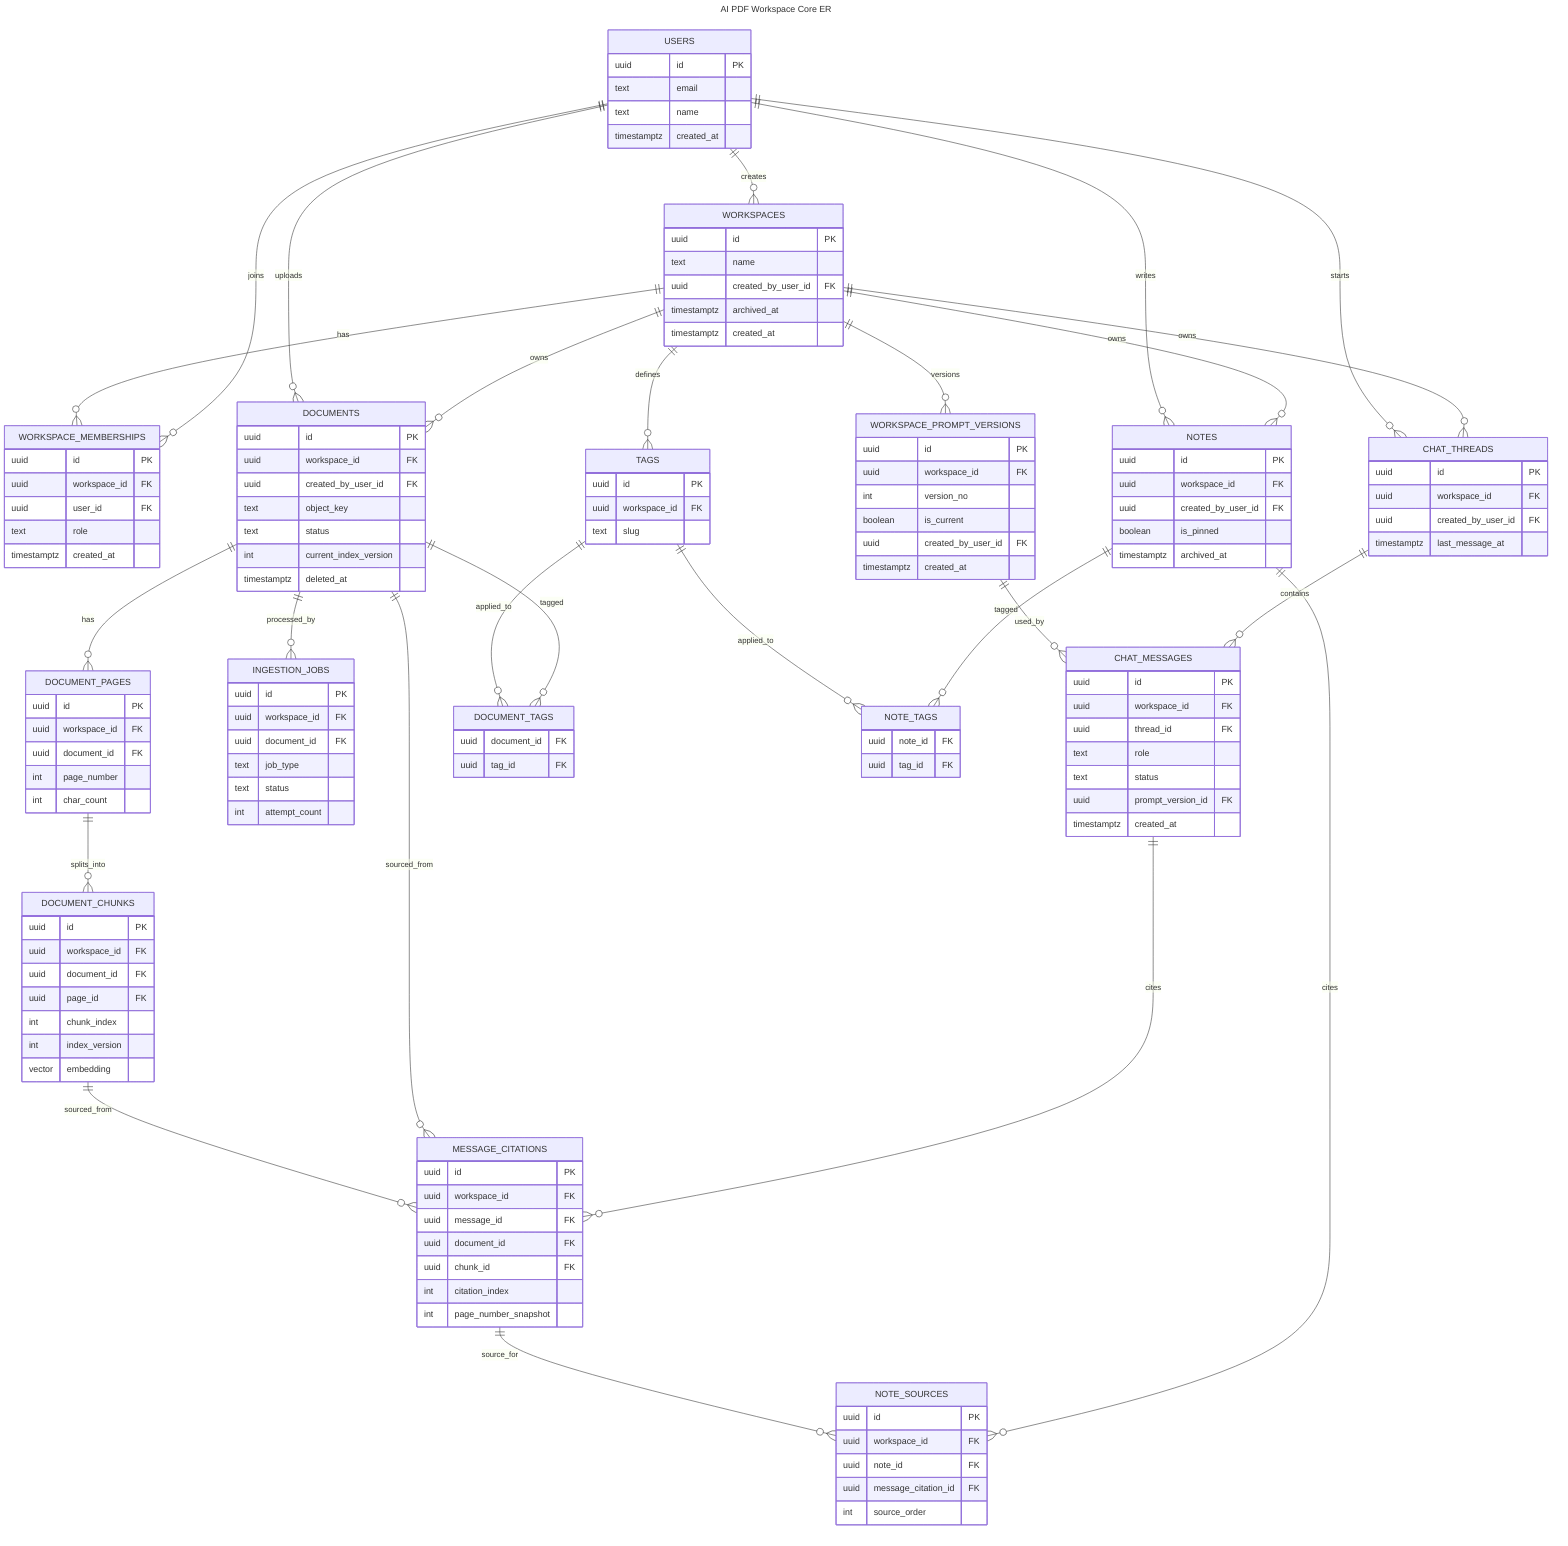
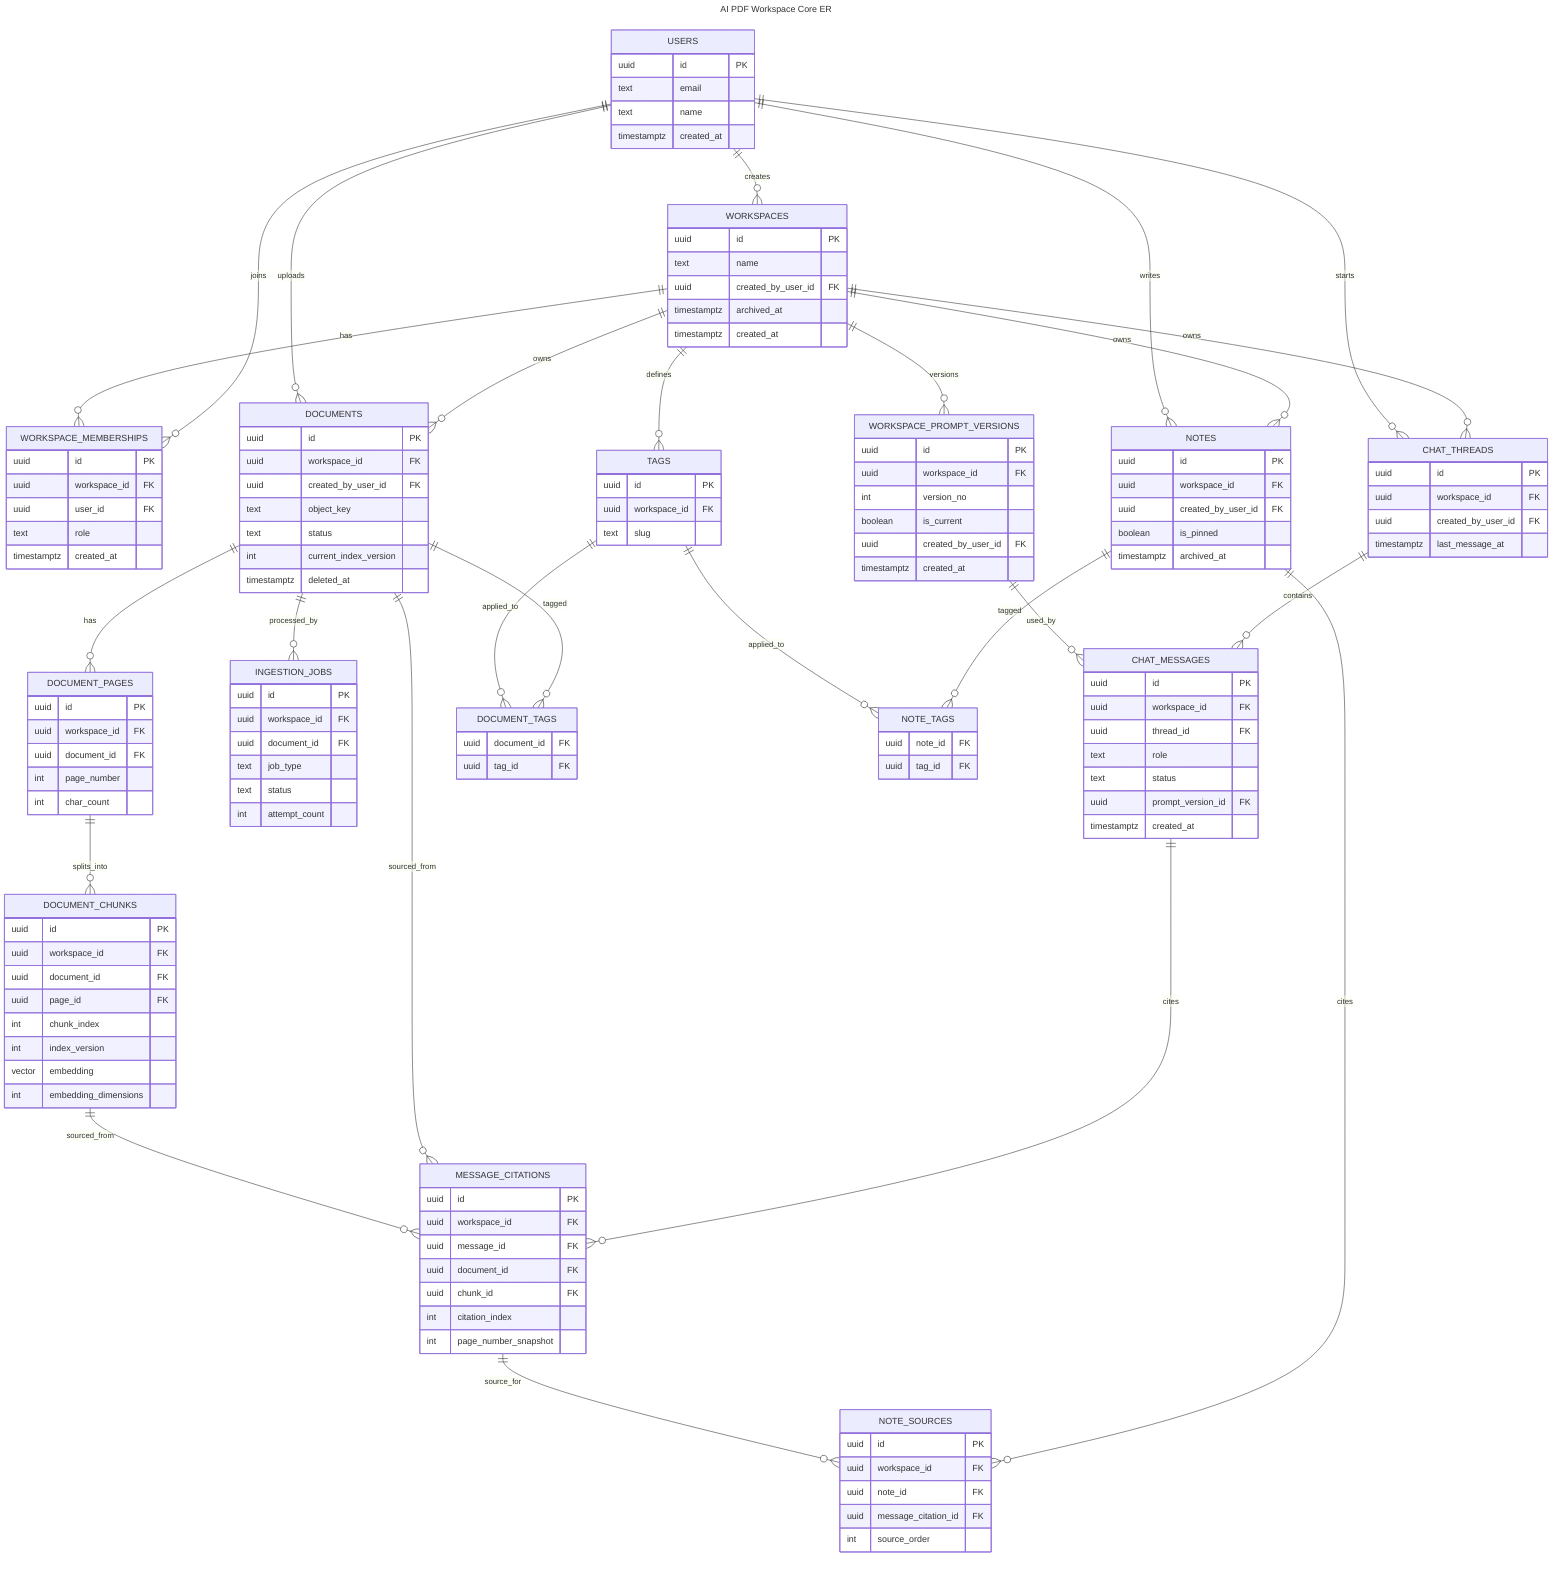
---
title: AI PDF Workspace Core ER
---
erDiagram
    USERS {
        uuid id PK
        text email
        text name
        timestamptz created_at
    }

    WORKSPACES {
        uuid id PK
        text name
        uuid created_by_user_id FK
        timestamptz archived_at
        timestamptz created_at
    }

    WORKSPACE_MEMBERSHIPS {
        uuid id PK
        uuid workspace_id FK
        uuid user_id FK
        text role
        timestamptz created_at
    }

    WORKSPACE_PROMPT_VERSIONS {
        uuid id PK
        uuid workspace_id FK
        int version_no
        boolean is_current
        uuid created_by_user_id FK
        timestamptz created_at
    }

    DOCUMENTS {
        uuid id PK
        uuid workspace_id FK
        uuid created_by_user_id FK
        text object_key
        text status
        int current_index_version
        timestamptz deleted_at
    }

    DOCUMENT_PAGES {
        uuid id PK
        uuid workspace_id FK
        uuid document_id FK
        int page_number
        int char_count
    }

    DOCUMENT_CHUNKS {
        uuid id PK
        uuid workspace_id FK
        uuid document_id FK
        uuid page_id FK
        int chunk_index
        int index_version
        vector embedding
+         int embedding_dimensions
    }

    INGESTION_JOBS {
        uuid id PK
        uuid workspace_id FK
        uuid document_id FK
        text job_type
        text status
        int attempt_count
    }

    CHAT_THREADS {
        uuid id PK
        uuid workspace_id FK
        uuid created_by_user_id FK
        timestamptz last_message_at
    }

    CHAT_MESSAGES {
        uuid id PK
        uuid workspace_id FK
        uuid thread_id FK
        text role
        text status
        uuid prompt_version_id FK
        timestamptz created_at
    }

    MESSAGE_CITATIONS {
        uuid id PK
        uuid workspace_id FK
        uuid message_id FK
        uuid document_id FK
        uuid chunk_id FK
        int citation_index
        int page_number_snapshot
    }

    NOTES {
        uuid id PK
        uuid workspace_id FK
        uuid created_by_user_id FK
        boolean is_pinned
        timestamptz archived_at
    }

    NOTE_SOURCES {
        uuid id PK
        uuid workspace_id FK
        uuid note_id FK
        uuid message_citation_id FK
        int source_order
    }

    TAGS {
        uuid id PK
        uuid workspace_id FK
        text slug
    }

    DOCUMENT_TAGS {
        uuid document_id FK
        uuid tag_id FK
    }

    NOTE_TAGS {
        uuid note_id FK
        uuid tag_id FK
    }

    USERS ||--o{ WORKSPACE_MEMBERSHIPS : joins
    WORKSPACES ||--o{ WORKSPACE_MEMBERSHIPS : has
    USERS ||--o{ WORKSPACES : creates
    WORKSPACES ||--o{ WORKSPACE_PROMPT_VERSIONS : versions

    WORKSPACES ||--o{ DOCUMENTS : owns
    USERS ||--o{ DOCUMENTS : uploads
    DOCUMENTS ||--o{ DOCUMENT_PAGES : has
    DOCUMENT_PAGES ||--o{ DOCUMENT_CHUNKS : splits_into
    DOCUMENTS ||--o{ INGESTION_JOBS : processed_by

    WORKSPACES ||--o{ CHAT_THREADS : owns
    USERS ||--o{ CHAT_THREADS : starts
    CHAT_THREADS ||--o{ CHAT_MESSAGES : contains
    WORKSPACE_PROMPT_VERSIONS ||--o{ CHAT_MESSAGES : used_by
    CHAT_MESSAGES ||--o{ MESSAGE_CITATIONS : cites
    DOCUMENTS ||--o{ MESSAGE_CITATIONS : sourced_from
    DOCUMENT_CHUNKS ||--o{ MESSAGE_CITATIONS : sourced_from

    WORKSPACES ||--o{ NOTES : owns
    USERS ||--o{ NOTES : writes
    NOTES ||--o{ NOTE_SOURCES : cites
    MESSAGE_CITATIONS ||--o{ NOTE_SOURCES : source_for

    WORKSPACES ||--o{ TAGS : defines
    DOCUMENTS ||--o{ DOCUMENT_TAGS : tagged
    TAGS ||--o{ DOCUMENT_TAGS : applied_to
    NOTES ||--o{ NOTE_TAGS : tagged
    TAGS ||--o{ NOTE_TAGS : applied_to
